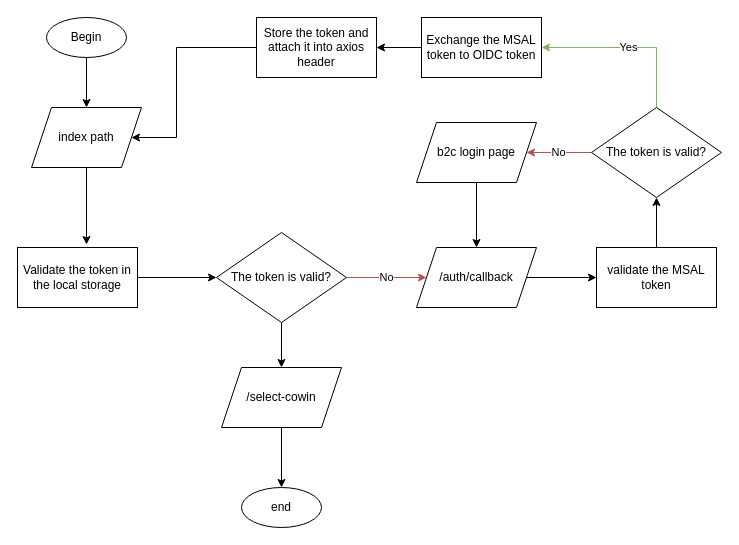
The draw.io diagram recornect/auth-flow.drawio in TriTamLe/my-draws, before the edit. Source tidied: cells renumbered, new cells numbered last; positions are measured from the earlier drawing's top-left corner, leaving out a move shared by most shapes. Both pictures are drawn from the tidied source at 100%, with x=0, y=0 at pixel (17, 17).
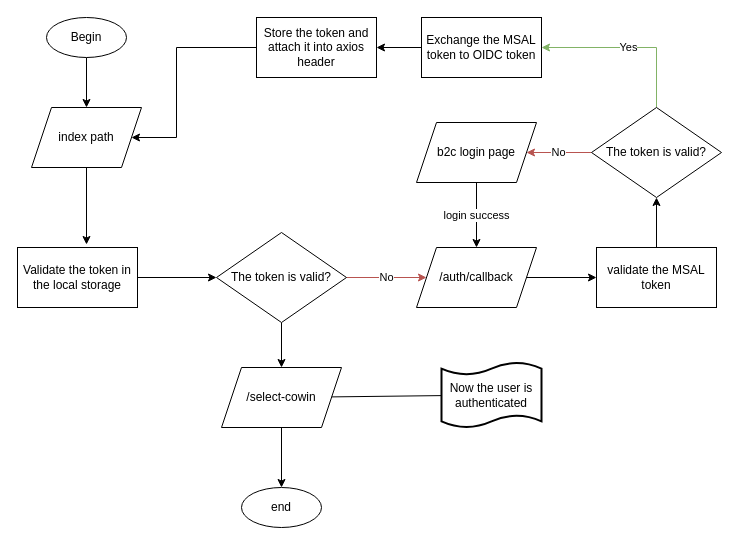
Above is the later version.

Unchanged cells that the change refers to:
```xml
<mxCell id="12" value="/auth/callback" style="shape=parallelogram;perimeter=parallelogramPerimeter;whiteSpace=wrap;html=1;fixedSize=1;fontFamily=Helvetica;" parent="1" vertex="1">
  <mxGeometry x="399" y="230" width="120" height="60" as="geometry" />
</mxCell>
<mxCell id="19" value="b2c login page" style="shape=parallelogram;perimeter=parallelogramPerimeter;whiteSpace=wrap;html=1;fixedSize=1;fontFamily=Helvetica;" parent="1" vertex="1">
  <mxGeometry x="399" y="105" width="120" height="60" as="geometry" />
</mxCell>
<mxCell id="25" value="/select-cowin" style="shape=parallelogram;perimeter=parallelogramPerimeter;whiteSpace=wrap;html=1;fixedSize=1;fontFamily=Helvetica;" parent="1" vertex="1">
  <mxGeometry x="204" y="350" width="120" height="60" as="geometry" />
</mxCell>
```

What changed in the source:
```diff
@@
-    <mxCell id="18" style="edgeStyle=orthogonalEdgeStyle;rounded=0;jettySize=auto;html=1;entryX=0.5;entryY=0;entryDx=0;entryDy=0;fontFamily=Helvetica;" parent="1" edge="1" source="19" target="12">
+    <mxCell id="18" value="login success" style="edgeStyle=orthogonalEdgeStyle;rounded=0;jettySize=auto;html=1;entryX=0.5;entryY=0;entryDx=0;entryDy=0;fontFamily=Helvetica;" parent="1" edge="1" source="19" target="12">
       <mxGeometry relative="1" as="geometry" />
     </mxCell>
@@
+    <mxCell id="27" style="rounded=0;jettySize=auto;html=1;endArrow=none;startFill=0;" parent="1" edge="1" source="28" target="25">
+      <mxGeometry relative="1" as="geometry" />
+    </mxCell>
+    <mxCell id="28" value="Now the user is authenticated" style="shape=tape;whiteSpace=wrap;html=1;strokeWidth=2;size=0.19;" parent="1" vertex="1">
+      <mxGeometry x="424" y="345" width="100" height="65" as="geometry" />
+    </mxCell>
```
